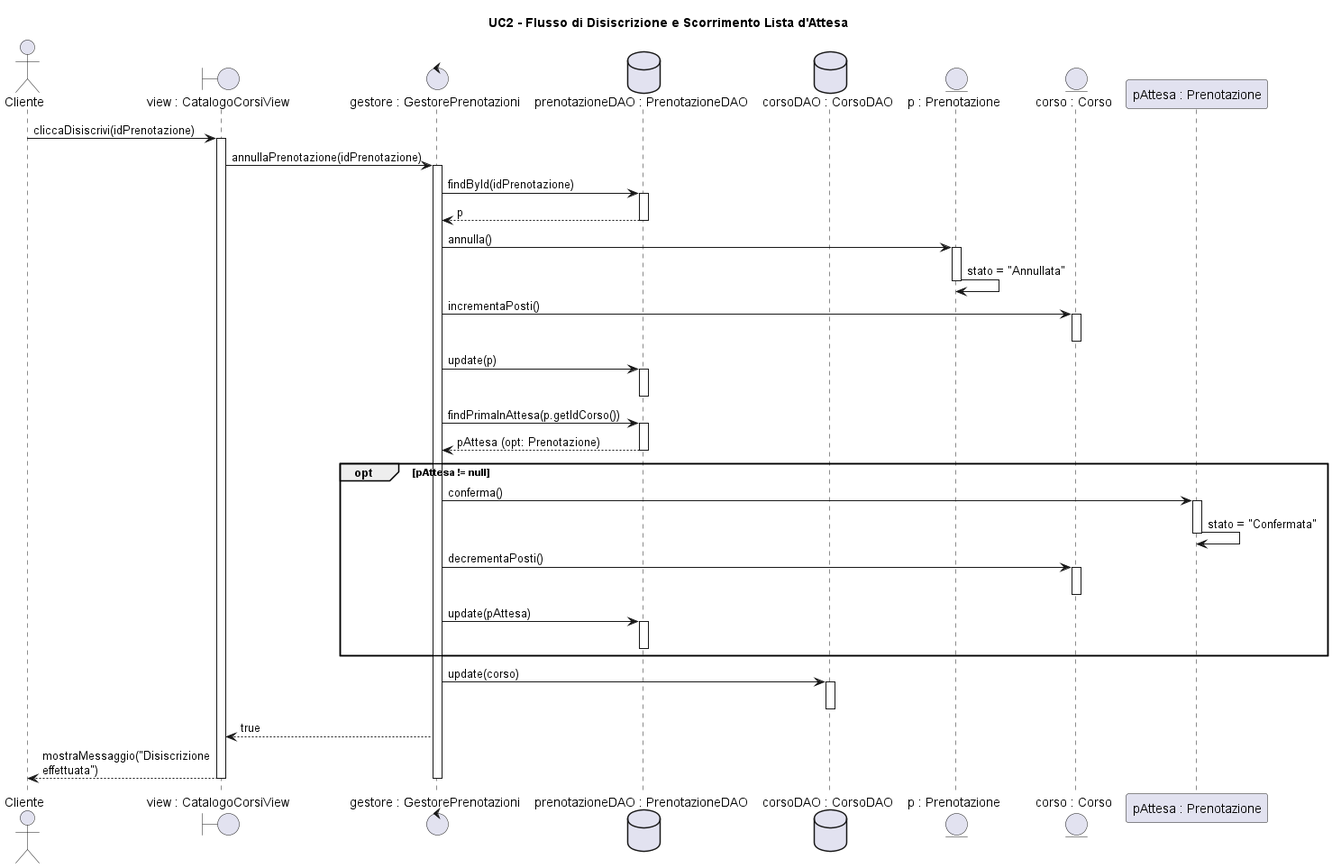
Earlier version of the PlantUML export ScriptActive/Documenti/08. Diagrammi di Sequenza/Visualizzazioni/DSequenzaUC2Alt.png (svilu999/Progetto-ScriptActive).
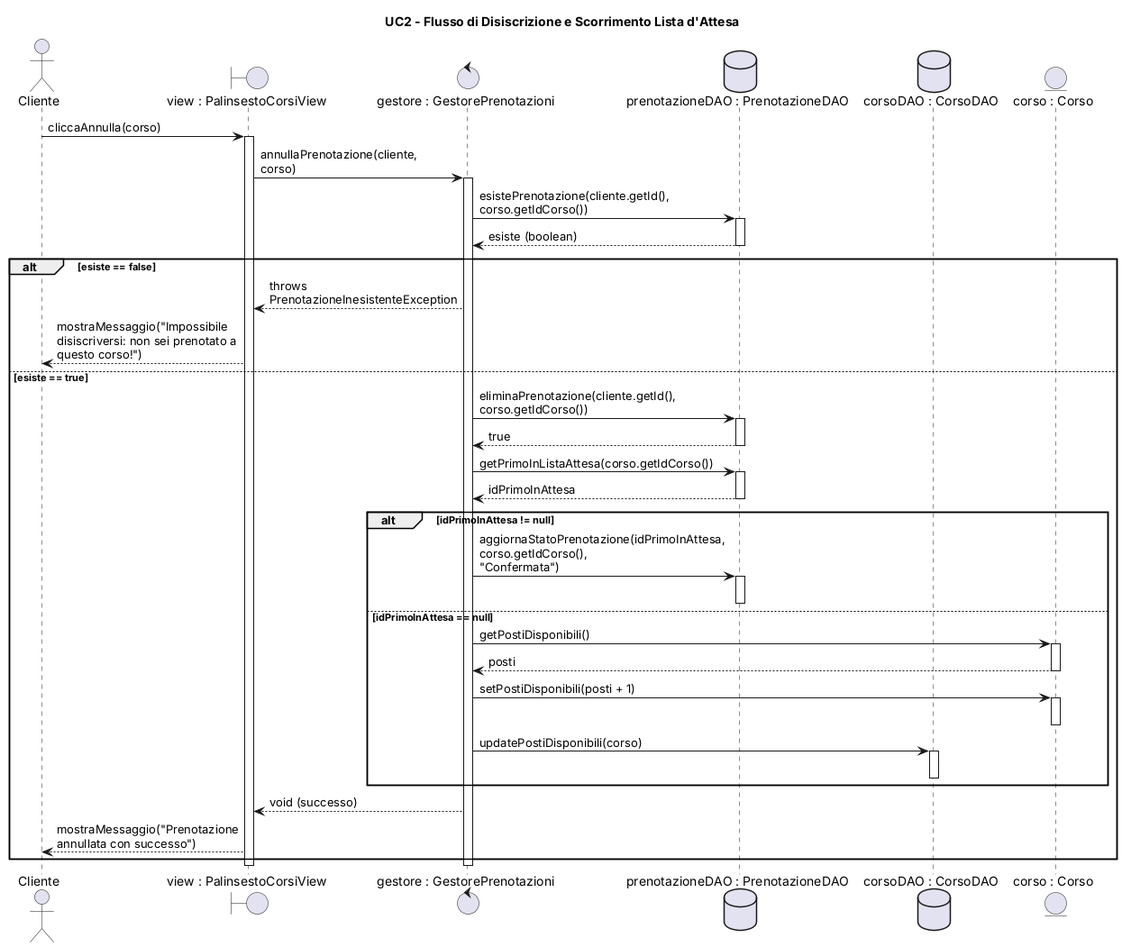
The same file after the commit.

Diff of the diagram source:
```diff
@@ -1,67 +1,66 @@
-@startuml DiagrammaSequenzaAlt
+@startuml DSequenzaUC2Alt
 skinparam maxMessageSize 200
 skinparam monochrome false
 
 title UC2 - Flusso di Disiscrizione e Scorrimento Lista d'Attesa
 
 actor "Cliente" as C
-boundary "view : CatalogoCorsiView" as View
+boundary "view : PalinsestoCorsiView" as View
 control "gestore : GestorePrenotazioni" as Controller
 database "prenotazioneDAO : PrenotazioneDAO" as PDAO
 database "corsoDAO : CorsoDAO" as CDAO
-entity "p : Prenotazione" as Prenotazione
 entity "corso : Corso" as Corso
 
-C -> View : cliccaDisiscrivi(idPrenotazione)
+C -> View : cliccaAnnulla(corso)
 activate View
 
-View -> Controller : annullaPrenotazione(idPrenotazione)
+View -> Controller : annullaPrenotazione(cliente, corso)
 activate Controller
 
-Controller -> PDAO : findById(idPrenotazione)
+Controller -> PDAO : esistePrenotazione(cliente.getId(), corso.getIdCorso())
 activate PDAO
-PDAO --> Controller : p
+PDAO --> Controller : esiste (boolean)
 deactivate PDAO
 
-Controller -> Prenotazione : annulla()
-activate Prenotazione
-Prenotazione -> Prenotazione : stato = "Annullata"
-deactivate Prenotazione
+alt esiste == false
+    Controller --> View : throws PrenotazioneInesistenteException
+    View --> C : mostraMessaggio("Impossibile disiscriversi: non sei prenotato a questo corso!")
 
-Controller -> Corso : incrementaPosti()
-activate Corso
-deactivate Corso
+else esiste == true
 
-Controller -> PDAO : update(p)
-activate PDAO
-deactivate PDAO
+    Controller -> PDAO : eliminaPrenotazione(cliente.getId(), corso.getIdCorso())
+    activate PDAO
+    PDAO --> Controller : true
+    deactivate PDAO
 
-Controller -> PDAO : findPrimaInAttesa(p.getIdCorso())
-activate PDAO
-PDAO --> Controller : pAttesa (opt: Prenotazione)
-deactivate PDAO
+    Controller -> PDAO : getPrimoInListaAttesa(corso.getIdCorso())
+    activate PDAO
+    PDAO --> Controller : idPrimoInAttesa
+    deactivate PDAO
 
-opt pAttesa != null
-    Controller -> "pAttesa : Prenotazione" as P2 : conferma()
-    activate P2
-    P2 -> P2 : stato = "Confermata"
-    deactivate P2
+    alt idPrimoInAttesa != null
+        Controller -> PDAO : aggiornaStatoPrenotazione(idPrimoInAttesa, corso.getIdCorso(), "Confermata")
+        activate PDAO
+        deactivate PDAO
 
-    Controller -> Corso : decrementaPosti()
-    activate Corso
-    deactivate Corso
+    else idPrimoInAttesa == null
+        Controller -> Corso : getPostiDisponibili()
+        activate Corso
+        Corso --> Controller : posti
+        deactivate Corso
 
-    Controller -> PDAO : update(pAttesa)
-    activate PDAO
-    deactivate PDAO
+        Controller -> Corso : setPostiDisponibili(posti + 1)
+        activate Corso
+        deactivate Corso
+
+        Controller -> CDAO : updatePostiDisponibili(corso)
+        activate CDAO
+        deactivate CDAO
+    end
+
+    Controller --> View : void (successo)
+    View --> C : mostraMessaggio("Prenotazione annullata con successo")
 end
-
-Controller -> CDAO : update(corso)
-activate CDAO
-deactivate CDAO
-
-Controller --> View : true
-View --> C : mostraMessaggio("Disiscrizione effettuata")
 
 deactivate Controller
 deactivate View
```
